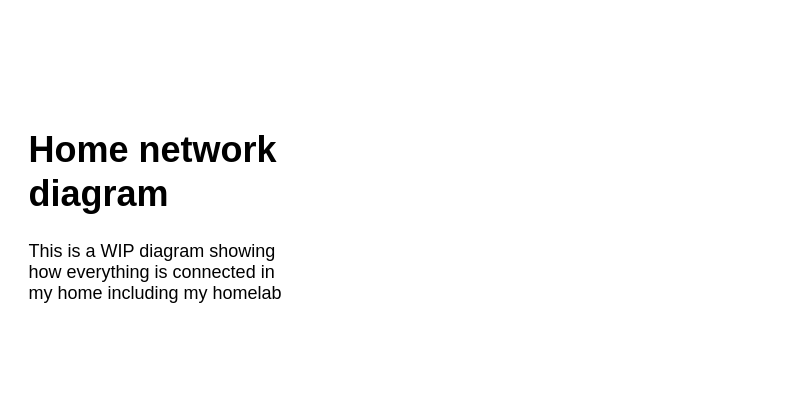
Above: info/Network.drawio in AndreansxTech/Routing-in-the-stars (draw.io), before the change. Source tidied: cells renumbered, new cells numbered last; positions are measured from the earlier drawing's top-left corner, leaving out a move shared by most shapes. Both pictures are drawn from the tidied source at 150%, with x=0, y=0 at pixel (26, 118).
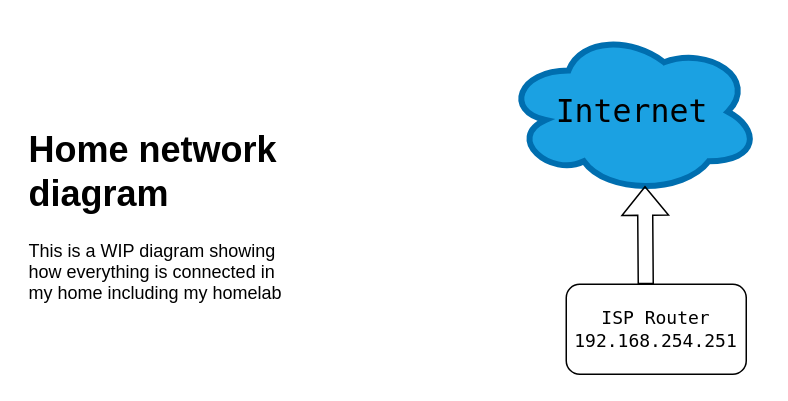
The same page after the edit.

Change to the diagram source:
```diff
@@
 <mxGraphModel>
   <root>
     <mxCell id="0" />
     <mxCell id="1" parent="0" />
     <mxCell id="2" value="&lt;h1 style=&quot;margin-top: 0px;&quot;&gt;Home network diagram&lt;/h1&gt;&lt;p&gt;This is a WIP diagram showing how everything is connected in my home including my homelab&lt;/p&gt;" style="text;html=1;whiteSpace=wrap;overflow=hidden;rounded=0;" parent="1" vertex="1">
       <mxGeometry width="180" height="140" as="geometry" />
     </mxCell>
+    <mxCell id="3" value="ISP Router&lt;div&gt;192.168.254.251&lt;/div&gt;" style="rounded=1;whiteSpace=wrap;html=1;fontFamily=Lucida Console;" parent="1" vertex="1">
+      <mxGeometry x="360" y="110" width="120" height="60" as="geometry" />
+    </mxCell>
+    <mxCell id="4" style="ellipse;shape=cloud;whiteSpace=wrap;html=1;fillColor=#1ba1e2;strokeColor=#006EAF;strokeWidth=4;fontColor=#ffffff;" parent="1" vertex="1">
+      <mxGeometry x="319" y="-60" width="170" height="110" as="geometry" />
+    </mxCell>
+    <mxCell id="5" value="Internet" style="text;html=1;align=center;verticalAlign=middle;whiteSpace=wrap;rounded=0;fontFamily=Lucida Console;fontSize=21;labelBackgroundColor=none;" parent="1" vertex="1">
+      <mxGeometry x="374" y="-20" width="60" height="30" as="geometry" />
+    </mxCell>
+    <mxCell id="6" style="shape=flexArrow;endArrow=classic;html=1;rounded=0;entryX=0.55;entryY=0.95;entryDx=0;entryDy=0;entryPerimeter=0;" parent="1" edge="1" target="4">
+      <mxGeometry relative="1" as="geometry">
+        <mxPoint x="413" y="110" as="sourcePoint" />
+      </mxGeometry>
+    </mxCell>
   </root>
 </mxGraphModel>
```
